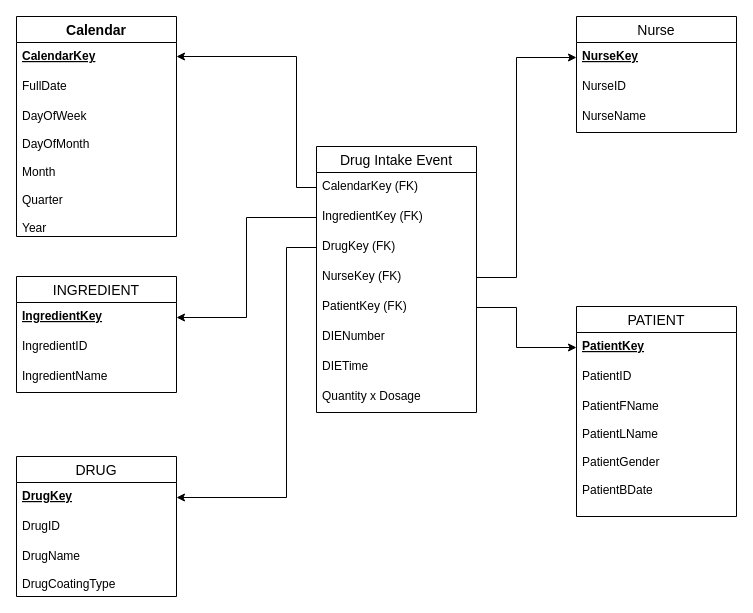
This is Exercise_DWH.drawio from rama-krishna227/Data-Storage, a draw.io file, before an edit. Source tidied: cells renumbered, new cells numbered last; positions are measured from the earlier drawing's top-left corner, leaving out a move shared by most shapes. Both pictures are drawn from the tidied source at 100%, with x=0, y=0 at pixel (16, 16).
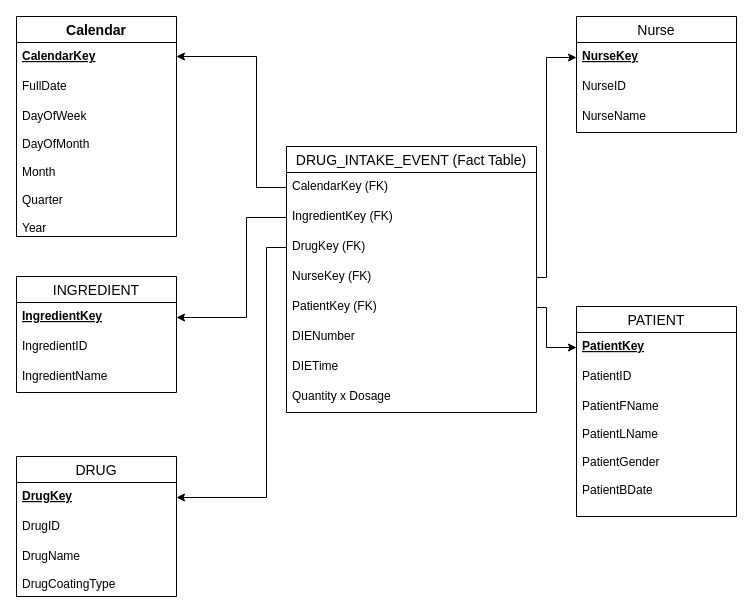
After the change.

The change refers to these unchanged cells:
```xml
<mxCell id="3" value="CalendarKey" style="text;strokeColor=none;fillColor=none;spacingLeft=4;spacingRight=4;overflow=hidden;points=[[0,0.5],[1,0.5]];portConstraint=eastwest;fontSize=12;fontStyle=5;" parent="2" vertex="1">
  <mxGeometry y="26" width="160" height="30" as="geometry" />
</mxCell>
<mxCell id="16" value="NurseKey" style="text;strokeColor=none;fillColor=none;spacingLeft=4;spacingRight=4;overflow=hidden;points=[[0,0.5],[1,0.5]];portConstraint=eastwest;fontSize=12;fontStyle=5;" parent="15" vertex="1">
  <mxGeometry y="26" width="160" height="30" as="geometry" />
</mxCell>
<mxCell id="24" value="DrugKey" style="text;strokeColor=none;fillColor=none;spacingLeft=4;spacingRight=4;overflow=hidden;points=[[0,0.5],[1,0.5]];portConstraint=eastwest;fontSize=12;fontStyle=5;" parent="23" vertex="1">
  <mxGeometry y="26" width="160" height="30" as="geometry" />
</mxCell>
<mxCell id="28" value="PatientKey" style="text;strokeColor=none;fillColor=none;spacingLeft=4;spacingRight=4;overflow=hidden;points=[[0,0.5],[1,0.5]];portConstraint=eastwest;fontSize=12;fontStyle=5;" parent="27" vertex="1">
  <mxGeometry y="26" width="160" height="30" as="geometry" />
</mxCell>
```

What changed in the source:
```diff
@@
-    <mxCell id="6" value="Drug Intake Event" style="swimlane;fontStyle=0;horizontal=1;startSize=26;align=center;fontSize=14;" parent="1" vertex="1">
-      <mxGeometry x="300" y="130" width="160" height="266" as="geometry" />
+    <mxCell id="6" value="DRUG_INTAKE_EVENT (Fact Table)" style="swimlane;fontStyle=0;horizontal=1;startSize=26;align=center;fontSize=14;" parent="1" vertex="1">
+      <mxGeometry x="270" y="130" width="250" height="266" as="geometry" />
     </mxCell>
     <mxCell id="7" value="CalendarKey (FK)" style="text;strokeColor=none;fillColor=none;spacingLeft=4;spacingRight=4;overflow=hidden;points=[[0,0.5],[1,0.5]];portConstraint=eastwest;fontSize=12;" parent="6" vertex="1">
-      <mxGeometry y="26" width="160" height="30" as="geometry" />
+      <mxGeometry y="26" width="250" height="30" as="geometry" />
     </mxCell>
     <mxCell id="8" value="IngredientKey (FK)" style="text;strokeColor=none;fillColor=none;spacingLeft=4;spacingRight=4;overflow=hidden;points=[[0,0.5],[1,0.5]];portConstraint=eastwest;fontSize=12;" parent="6" vertex="1">
-      <mxGeometry y="56" width="160" height="30" as="geometry" />
+      <mxGeometry y="56" width="250" height="30" as="geometry" />
     </mxCell>
     <mxCell id="9" value="DrugKey (FK)" style="text;strokeColor=none;fillColor=none;spacingLeft=4;spacingRight=4;overflow=hidden;points=[[0,0.5],[1,0.5]];portConstraint=eastwest;fontSize=12;" parent="6" vertex="1">
-      <mxGeometry y="86" width="160" height="30" as="geometry" />
+      <mxGeometry y="86" width="250" height="30" as="geometry" />
     </mxCell>
     <mxCell id="10" value="NurseKey (FK)" style="text;strokeColor=none;fillColor=none;spacingLeft=4;spacingRight=4;overflow=hidden;points=[[0,0.5],[1,0.5]];portConstraint=eastwest;fontSize=12;" parent="6" vertex="1">
-      <mxGeometry y="116" width="160" height="30" as="geometry" />
+      <mxGeometry y="116" width="250" height="30" as="geometry" />
     </mxCell>
     <mxCell id="11" value="PatientKey (FK)" style="text;strokeColor=none;fillColor=none;spacingLeft=4;spacingRight=4;overflow=hidden;points=[[0,0.5],[1,0.5]];portConstraint=eastwest;fontSize=12;" parent="6" vertex="1">
-      <mxGeometry y="146" width="160" height="30" as="geometry" />
+      <mxGeometry y="146" width="250" height="30" as="geometry" />
     </mxCell>
     <mxCell id="12" value="DIENumber" style="text;strokeColor=none;fillColor=none;spacingLeft=4;spacingRight=4;overflow=hidden;fontSize=12;" parent="6" vertex="1">
-      <mxGeometry y="176" width="160" height="30" as="geometry" />
+      <mxGeometry y="176" width="250" height="30" as="geometry" />
     </mxCell>
     <mxCell id="13" value="DIETime" style="text;strokeColor=none;fillColor=none;spacingLeft=4;spacingRight=4;overflow=hidden;fontSize=12;" parent="6" vertex="1">
-      <mxGeometry y="206" width="160" height="30" as="geometry" />
+      <mxGeometry y="206" width="250" height="30" as="geometry" />
     </mxCell>
     <mxCell id="14" value="Quantity x Dosage" style="text;strokeColor=none;fillColor=none;spacingLeft=4;spacingRight=4;overflow=hidden;fontSize=12;" parent="6" vertex="1">
-      <mxGeometry y="236" width="160" height="30" as="geometry" />
+      <mxGeometry y="236" width="250" height="30" as="geometry" />
     </mxCell>
@@
     <mxCell id="31" style="edgeStyle=orthogonalEdgeStyle;rounded=0;jettySize=auto;html=1;" parent="1" edge="1" source="7" target="3">
       <mxGeometry relative="1" as="geometry">
         <Array as="points">
-          <mxPoint x="280" y="171" />
-          <mxPoint x="280" y="40" />
+          <mxPoint x="240" y="171" />
+          <mxPoint x="240" y="40" />
         </Array>
       </mxGeometry>
     </mxCell>
@@
     <mxCell id="33" style="edgeStyle=orthogonalEdgeStyle;rounded=0;jettySize=auto;html=1;entryX=1;entryY=0.5;entryDx=0;entryDy=0;" parent="1" edge="1" source="9" target="24">
       <mxGeometry relative="1" as="geometry">
         <Array as="points">
-          <mxPoint x="270" y="231" />
-          <mxPoint x="270" y="481" />
+          <mxPoint x="250" y="231" />
+          <mxPoint x="250" y="481" />
         </Array>
       </mxGeometry>
     </mxCell>
     <mxCell id="34" style="edgeStyle=orthogonalEdgeStyle;rounded=0;jettySize=auto;html=1;entryX=0;entryY=0.5;entryDx=0;entryDy=0;" parent="1" edge="1" source="10" target="16">
       <mxGeometry relative="1" as="geometry">
         <Array as="points">
-          <mxPoint x="500" y="261" />
-          <mxPoint x="500" y="41" />
+          <mxPoint x="530" y="261" />
+          <mxPoint x="530" y="41" />
         </Array>
       </mxGeometry>
     </mxCell>
     <mxCell id="35" style="edgeStyle=orthogonalEdgeStyle;rounded=0;jettySize=auto;html=1;entryX=0;entryY=0.5;entryDx=0;entryDy=0;" parent="1" edge="1" source="11" target="28">
       <mxGeometry relative="1" as="geometry">
         <Array as="points">
-          <mxPoint x="500" y="291" />
-          <mxPoint x="500" y="331" />
+          <mxPoint x="530" y="291" />
+          <mxPoint x="530" y="331" />
         </Array>
       </mxGeometry>
     </mxCell>
```
